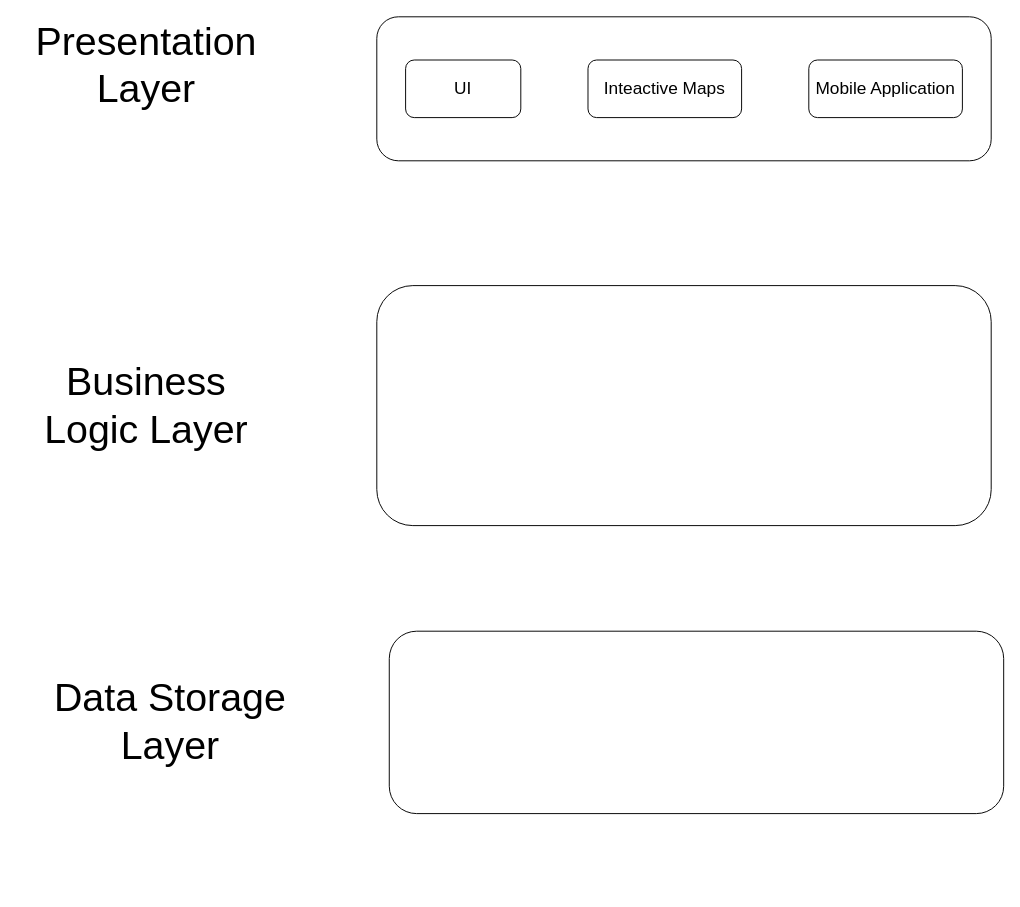
Earlier version of the draw.io diagram SDGP_System_Architecture_Design.drawio (Anuja-jayasinghe/DrawIo_Projects). Source tidied: cells renumbered, new cells numbered last; positions are measured from the earlier drawing's top-left corner, leaving out a move shared by most shapes. Both pictures are drawn from the tidied source at 96%, with x=0, y=0 at pixel (16, 16).
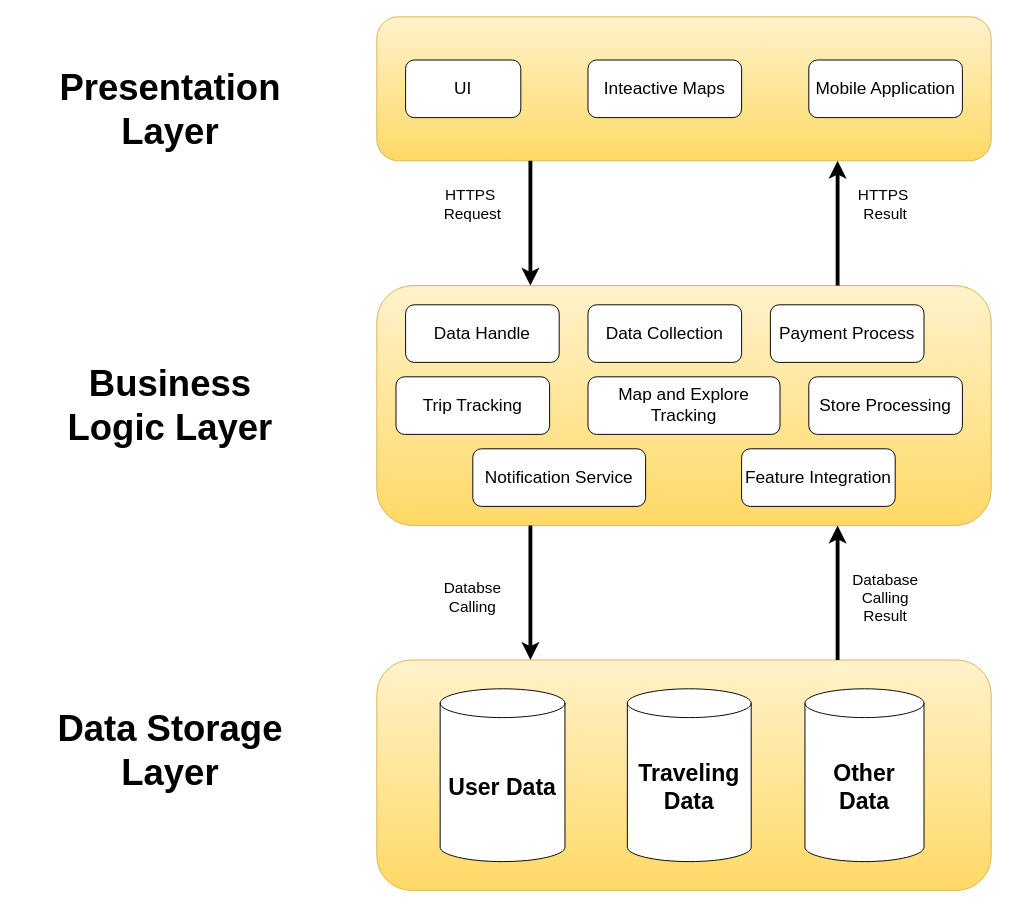
Above is the later version.

Diff of the diagram source:
```diff
@@
-    <mxCell id="2" style="rounded=1;whiteSpace=wrap;html=1;" parent="1" vertex="1">
+    <mxCell id="2" style="rounded=1;whiteSpace=wrap;html=1;fillColor=#fff2cc;strokeColor=#d6b656;gradientColor=#ffd966;" parent="1" vertex="1">
       <mxGeometry x="375" width="640" height="150" as="geometry" />
     </mxCell>
-    <mxCell id="3" style="rounded=1;whiteSpace=wrap;html=1;" parent="1" vertex="1">
+    <mxCell id="3" style="rounded=1;whiteSpace=wrap;html=1;fillColor=#fff2cc;strokeColor=#d6b656;gradientColor=#ffd966;" parent="1" vertex="1">
       <mxGeometry x="375" y="280" width="640" height="250" as="geometry" />
     </mxCell>
-    <mxCell id="4" style="rounded=1;whiteSpace=wrap;html=1;" parent="1" vertex="1">
-      <mxGeometry x="388" y="640" width="640" height="190" as="geometry" />
+    <mxCell id="4" style="rounded=1;whiteSpace=wrap;html=1;fillColor=#fff2cc;strokeColor=#d6b656;gradientColor=#ffd966;" parent="1" vertex="1">
+      <mxGeometry x="375" y="670" width="640" height="240" as="geometry" />
     </mxCell>
-    <mxCell id="5" value="Presentation Layer&lt;div&gt;&lt;br&gt;&lt;/div&gt;" style="text;html=1;whiteSpace=wrap;strokeColor=none;fillColor=none;align=center;verticalAlign=middle;rounded=0;strokeWidth=5;fontSize=41;" parent="1" vertex="1">
-      <mxGeometry x="105" y="60" width="60" height="30" as="geometry" />
+    <mxCell id="5" value="Presentation Layer&lt;div&gt;&lt;br&gt;&lt;/div&gt;" style="text;html=1;whiteSpace=wrap;strokeColor=none;fillColor=none;align=center;verticalAlign=middle;rounded=0;strokeWidth=5;fontSize=38;fontStyle=1;" parent="1" vertex="1">
+      <mxGeometry x="130" y="105" width="60" height="30" as="geometry" />
     </mxCell>
-    <mxCell id="6" value="&lt;div&gt;Business Logic Layer&lt;/div&gt;" style="text;html=1;whiteSpace=wrap;strokeColor=none;fillColor=none;align=center;verticalAlign=middle;rounded=0;strokeWidth=5;fontSize=41;" parent="1" vertex="1">
-      <mxGeometry y="390" width="270" height="30" as="geometry" />
+    <mxCell id="6" value="&lt;div&gt;Business Logic Layer&lt;/div&gt;" style="text;html=1;whiteSpace=wrap;strokeColor=none;fillColor=none;align=center;verticalAlign=middle;rounded=0;strokeWidth=5;fontSize=38;fontStyle=1;" parent="1" vertex="1">
+      <mxGeometry x="25" y="390" width="270" height="30" as="geometry" />
     </mxCell>
-    <mxCell id="7" value="&lt;div&gt;Data Storage Layer&lt;/div&gt;" style="text;html=1;whiteSpace=wrap;strokeColor=none;fillColor=none;align=center;verticalAlign=middle;rounded=0;strokeWidth=5;fontSize=41;" parent="1" vertex="1">
-      <mxGeometry x="25" y="720" width="270" height="30" as="geometry" />
+    <mxCell id="7" value="&lt;div&gt;Data Storage Layer&lt;/div&gt;" style="text;html=1;whiteSpace=wrap;strokeColor=none;fillColor=none;align=center;verticalAlign=middle;rounded=0;strokeWidth=5;fontSize=38;fontStyle=1;" parent="1" vertex="1">
+      <mxGeometry x="25" y="750" width="270" height="30" as="geometry" />
     </mxCell>
@@
+    <mxCell id="11" value="Data Handle" style="rounded=1;whiteSpace=wrap;html=1;fontSize=18;" parent="1" vertex="1">
+      <mxGeometry x="405" y="300" width="160" height="60" as="geometry" />
+    </mxCell>
+    <mxCell id="12" value="Feature Integration" style="rounded=1;whiteSpace=wrap;html=1;fontSize=18;" parent="1" vertex="1">
+      <mxGeometry x="755" y="450" width="160" height="60" as="geometry" />
+    </mxCell>
+    <mxCell id="13" value="Data Collection" style="rounded=1;whiteSpace=wrap;html=1;fontSize=18;" parent="1" vertex="1">
+      <mxGeometry x="595" y="300" width="160" height="60" as="geometry" />
+    </mxCell>
+    <mxCell id="14" value="Map and Explore Tracking" style="rounded=1;whiteSpace=wrap;html=1;fontSize=18;" parent="1" vertex="1">
+      <mxGeometry x="595" y="375" width="200" height="60" as="geometry" />
+    </mxCell>
+    <mxCell id="15" value="Trip Tracking" style="rounded=1;whiteSpace=wrap;html=1;fontSize=18;" parent="1" vertex="1">
+      <mxGeometry x="395" y="375" width="160" height="60" as="geometry" />
+    </mxCell>
+    <mxCell id="16" value="Payment Process" style="rounded=1;whiteSpace=wrap;html=1;fontSize=18;" parent="1" vertex="1">
+      <mxGeometry x="785" y="300" width="160" height="60" as="geometry" />
+    </mxCell>
+    <mxCell id="17" value="Notification Service" style="rounded=1;whiteSpace=wrap;html=1;fontSize=18;" parent="1" vertex="1">
+      <mxGeometry x="475" y="450" width="180" height="60" as="geometry" />
+    </mxCell>
+    <mxCell id="18" value="Store Processing" style="rounded=1;whiteSpace=wrap;html=1;fontSize=18;" parent="1" vertex="1">
+      <mxGeometry x="825" y="375" width="160" height="60" as="geometry" />
+    </mxCell>
+    <mxCell id="19" value="&lt;h1&gt;User Data&lt;/h1&gt;" style="shape=cylinder3;whiteSpace=wrap;html=1;boundedLbl=1;backgroundOutline=1;size=15;" parent="1" vertex="1">
+      <mxGeometry x="441" y="700" width="130" height="180" as="geometry" />
+    </mxCell>
+    <mxCell id="20" value="&lt;h1&gt;Other Data&lt;/h1&gt;" style="shape=cylinder3;whiteSpace=wrap;html=1;boundedLbl=1;backgroundOutline=1;size=15;" parent="1" vertex="1">
+      <mxGeometry x="821" y="700" width="124" height="180" as="geometry" />
+    </mxCell>
+    <mxCell id="21" value="&lt;h1&gt;Traveling Data&lt;/h1&gt;" style="shape=cylinder3;whiteSpace=wrap;html=1;boundedLbl=1;backgroundOutline=1;size=15;" parent="1" vertex="1">
+      <mxGeometry x="636" y="700" width="129" height="180" as="geometry" />
+    </mxCell>
+    <mxCell id="22" style="endArrow=classic;html=1;rounded=0;entryX=0.75;entryY=1;entryDx=0;entryDy=0;exitX=0.75;exitY=0;exitDx=0;exitDy=0;strokeWidth=4;" parent="1" edge="1" source="3" target="2">
+      <mxGeometry relative="1" as="geometry" />
+    </mxCell>
+    <mxCell id="23" style="endArrow=classic;html=1;rounded=0;exitX=0.25;exitY=1;exitDx=0;exitDy=0;strokeWidth=4;entryX=0.25;entryY=0;entryDx=0;entryDy=0;" parent="1" edge="1" source="2" target="3">
+      <mxGeometry relative="1" as="geometry" />
+    </mxCell>
+    <mxCell id="24" style="endArrow=classic;html=1;rounded=0;strokeWidth=4;exitX=0.75;exitY=0;exitDx=0;exitDy=0;entryX=0.75;entryY=1;entryDx=0;entryDy=0;" parent="1" edge="1" source="4" target="3">
+      <mxGeometry relative="1" as="geometry" />
+    </mxCell>
+    <mxCell id="25" style="endArrow=classic;html=1;rounded=0;exitX=0.25;exitY=1;exitDx=0;exitDy=0;strokeWidth=4;entryX=0.25;entryY=0;entryDx=0;entryDy=0;" parent="1" edge="1" source="3" target="4">
+      <mxGeometry relative="1" as="geometry" />
+    </mxCell>
+    <mxCell id="26" value="&lt;font&gt;HTTPS&amp;nbsp;&lt;/font&gt;&lt;div&gt;&lt;font&gt;Request&lt;/font&gt;&lt;/div&gt;" style="text;html=1;whiteSpace=wrap;strokeColor=none;fillColor=none;align=center;verticalAlign=middle;rounded=0;fontSize=16;" parent="1" vertex="1">
+      <mxGeometry x="445" y="180" width="60" height="30" as="geometry" />
+    </mxCell>
+    <mxCell id="27" value="&lt;font&gt;HTTPS&amp;nbsp;&lt;/font&gt;&lt;div&gt;Result&lt;/div&gt;" style="text;html=1;whiteSpace=wrap;strokeColor=none;fillColor=none;align=center;verticalAlign=middle;rounded=0;fontSize=16;" parent="1" vertex="1">
+      <mxGeometry x="875" y="180" width="60" height="30" as="geometry" />
+    </mxCell>
+    <mxCell id="28" value="Databse Calling" style="text;html=1;whiteSpace=wrap;strokeColor=none;fillColor=none;align=center;verticalAlign=middle;rounded=0;fontSize=16;" parent="1" vertex="1">
+      <mxGeometry x="445" y="590" width="60" height="30" as="geometry" />
+    </mxCell>
+    <mxCell id="29" value="Database Calling Result" style="text;html=1;whiteSpace=wrap;strokeColor=none;fillColor=none;align=center;verticalAlign=middle;rounded=0;fontSize=16;" parent="1" vertex="1">
+      <mxGeometry x="875" y="590" width="60" height="30" as="geometry" />
+    </mxCell>
```
